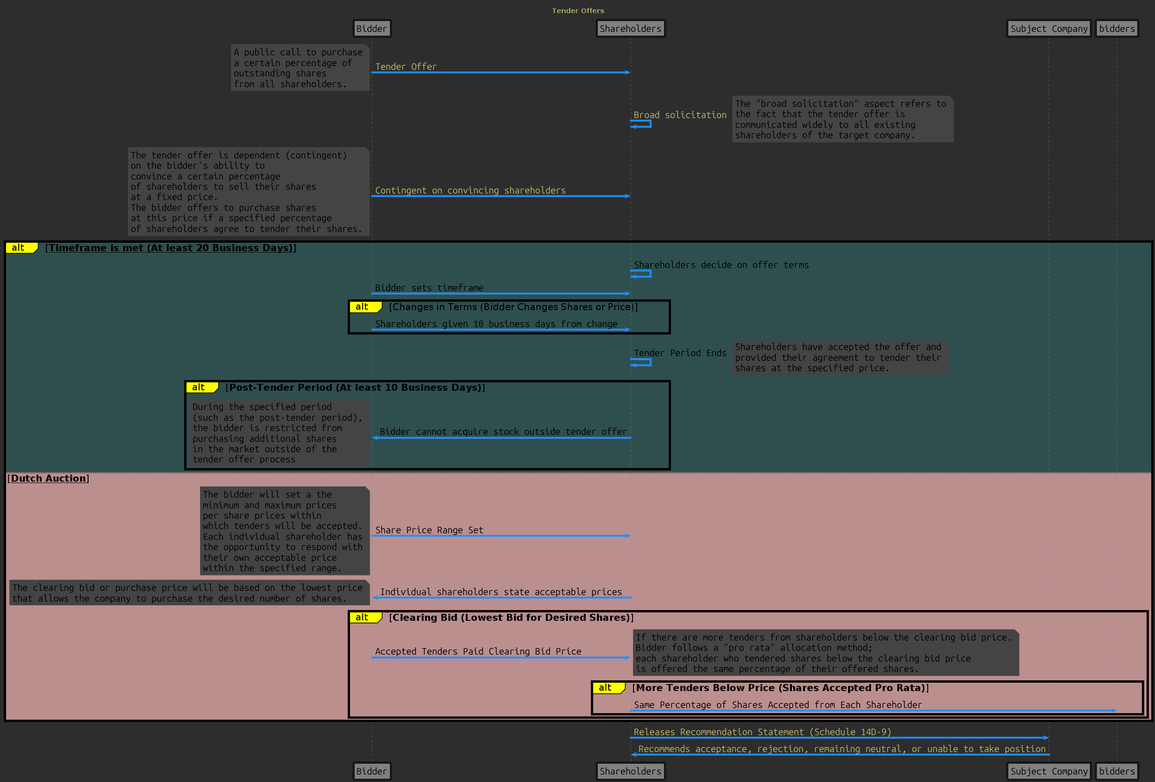
This is 57/tender_offer.png from ppatoria/SIE, a PlantUML export, as it was before one commit.
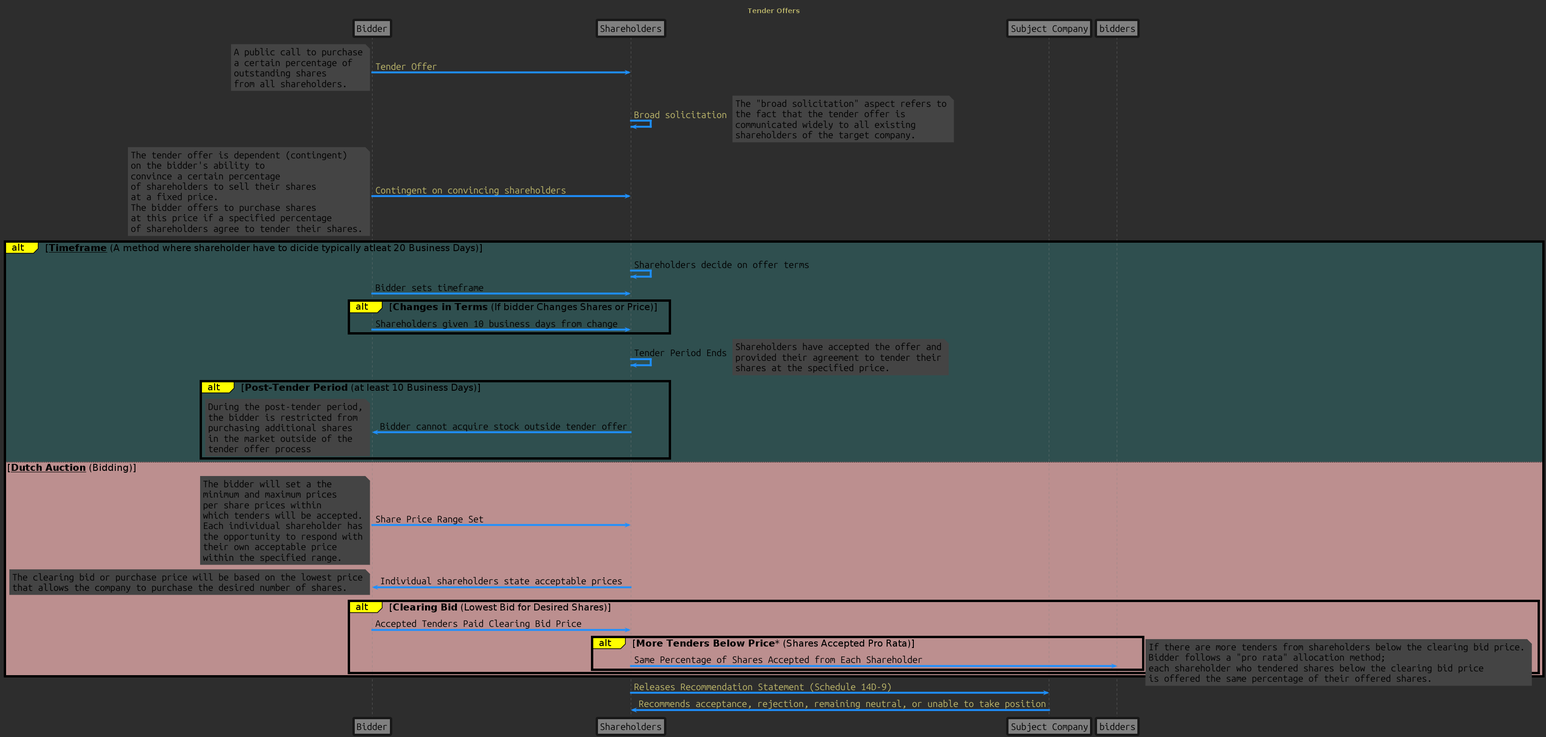
After the commit.

The edit, as a diff of the source:
```diff
@@ -39,10 +39,10 @@
         of shareholders agree to tender their shares.
 end note
 skinparam defaultFontColor Black
-alt#Yellow #DarkSlateGray **__Timeframe is met (At least 20 Business Days)__**
+alt#Yellow #DarkSlateGray **__Timeframe__** (A method where shareholder have to dicide typically atleat 20 Business Days)
     shareholders -> shareholders: Shareholders decide on offer terms
     bidder       -> shareholders : Bidder sets timeframe
-    alt#Yellow #DarkSlateGray Changes in Terms (Bidder Changes Shares or Price)
+    alt#Yellow #DarkSlateGray **Changes in Terms** (If bidder Changes Shares or Price)
         bidder -> shareholders: Shareholders given 10 business days from change
     end
     shareholders -> shareholders: Tender Period Ends
@@ -51,11 +51,10 @@
                 provided their agreement to tender their
                 shares at the specified price.
         end note
-    alt#Yellow #DarkSlateGray **Post-Tender Period (At least 10 Business Days)**
+    alt#Yellow #DarkSlateGray **Post-Tender Period** (at least 10 Business Days)
         shareholders -> bidder: Bidder cannot acquire stock outside tender offer
                 note left
-                        During the specified period
-                        (such as the post-tender period),
+                        During the post-tender period,
                         the bidder is restricted from
                         purchasing additional shares
                         in the market outside of the
@@ -63,7 +62,7 @@
                 end note
     end
 
-else #RosyBrown __**Dutch Auction**__
+else #RosyBrown __**Dutch Auction**__ (Bidding)
     bidder -> shareholders: Share Price Range Set
     note left
        The bidder will set a the
@@ -77,21 +76,22 @@
     end note
 
     shareholders -> bidder: Individual shareholders state acceptable prices
-    alt#Yellow #RosyBrown **Clearing Bid (Lowest Bid for Desired Shares)**
+    alt#Yellow #RosyBrown **Clearing Bid** (Lowest Bid for Desired Shares)
         note left
             The clearing bid or purchase price will be based on the lowest price
             that allows the company to purchase the desired number of shares.
         end note
         bidder -> shareholders : Accepted Tenders Paid Clearing Bid Price
-        alt#Yellow #RosyBrown **More Tenders Below Price (Shares Accepted Pro Rata)**
-        note right
+        alt#Yellow #RosyBrown **More Tenders Below Price*** (Shares Accepted Pro Rata)
+            shareholders -> bidders: Same Percentage of Shares Accepted from Each Shareholder
+        end
+        note left
             If there are more tenders from shareholders below the clearing bid price.
             Bidder follows a "pro rata" allocation method;
             each shareholder who tendered shares below the clearing bid price
             is offered the same percentage of their offered shares.
         end note
-            shareholders -> bidders: Same Percentage of Shares Accepted from Each Shareholder
-        end
+
     end
 end
 
```
